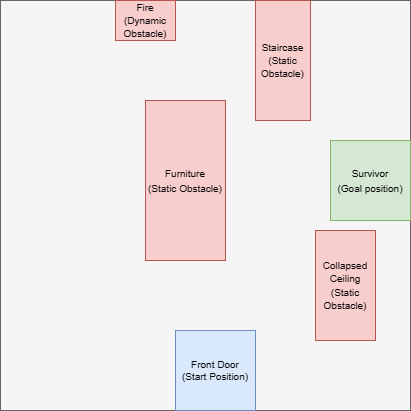
ethanmclark1/conav_suite keeps this draw.io diagram as scenarios/disaster_response_1.png. Above is the earlier version. Source tidied: cells renumbered, new cells last; positions are measured from the earlier drawing's top-left corner, leaving out a move shared by most shapes.
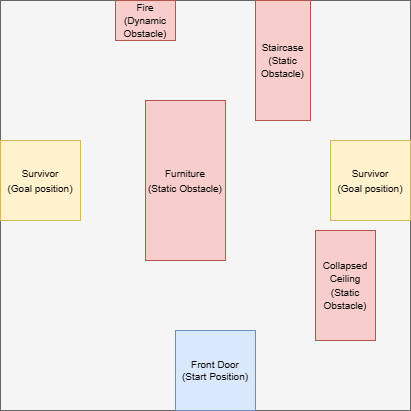
The same file after the commit.

Commit message:
Updated disaster_response problems, added value error for more than 2 agents

What changed in the source:
```diff
@@ -17,11 +17,14 @@
     <mxCell id="6" value="&lt;font style=&quot;font-size: 10px;&quot;&gt;Collapsed Ceiling&lt;br style=&quot;&quot;&gt;(Static Obstacle)&lt;/font&gt;" style="rounded=0;whiteSpace=wrap;html=1;fillColor=#f8cecc;strokeColor=#b85450;fontSize=11;" parent="1" vertex="1">
       <mxGeometry x="315" y="230" width="60" height="110" as="geometry" />
     </mxCell>
-    <mxCell id="7" value="&lt;font style=&quot;font-size: 10px;&quot;&gt;Survivor&lt;br&gt;(Goal position)&lt;/font&gt;" style="whiteSpace=wrap;html=1;fillColor=#d5e8d4;strokeColor=#82b366;" parent="1" vertex="1">
+    <mxCell id="7" value="&lt;font style=&quot;font-size: 10px;&quot;&gt;Survivor&lt;br&gt;(Goal position)&lt;/font&gt;" style="whiteSpace=wrap;html=1;fillColor=#fff2cc;strokeColor=#d6b656;" parent="1" vertex="1">
       <mxGeometry x="330" y="140" width="80" height="80" as="geometry" />
     </mxCell>
     <mxCell id="8" value="&lt;font style=&quot;font-size: 10px;&quot;&gt;Fire&lt;br&gt;(Dynamic Obstacle)&lt;/font&gt;" style="rounded=0;whiteSpace=wrap;html=1;fillColor=#f8cecc;strokeColor=#b85450;fontSize=11;" parent="1" vertex="1">
       <mxGeometry x="115" width="60" height="40" as="geometry" />
     </mxCell>
+    <mxCell id="9" value="&lt;font style=&quot;font-size: 10px;&quot;&gt;Survivor&lt;br&gt;(Goal position)&lt;/font&gt;" style="whiteSpace=wrap;html=1;fillColor=#fff2cc;strokeColor=#d6b656;" parent="1" vertex="1">
+      <mxGeometry y="140" width="80" height="80" as="geometry" />
+    </mxCell>
   </root>
 </mxGraphModel>
```
